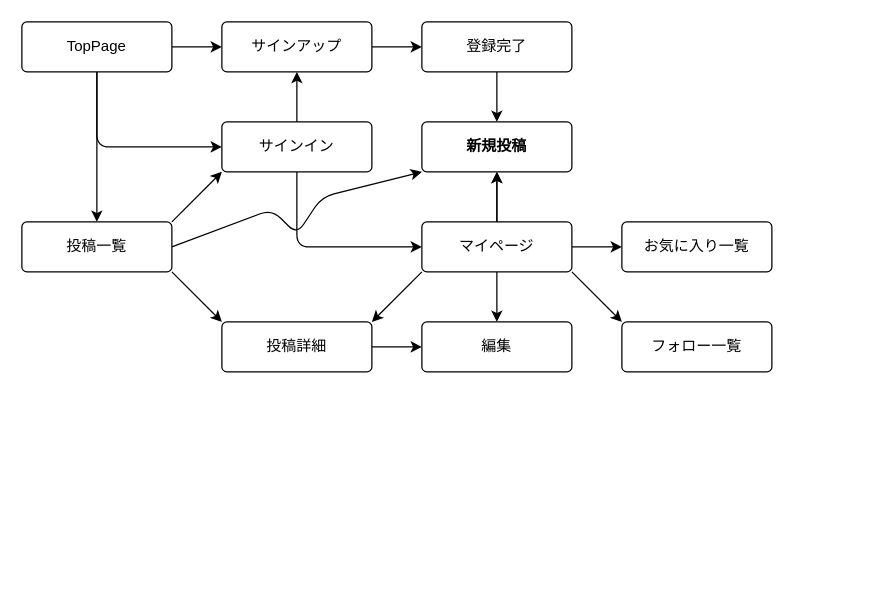
Above: screen_transition.dio in naoki0803/anniversary (draw.io), before the change. Source tidied: cells renumbered, new cells numbered last; positions are measured from the earlier drawing's top-left corner, leaving out a move shared by most shapes. Both pictures are drawn from the tidied source at 125%, with x=0, y=0 at pixel (21, 21).
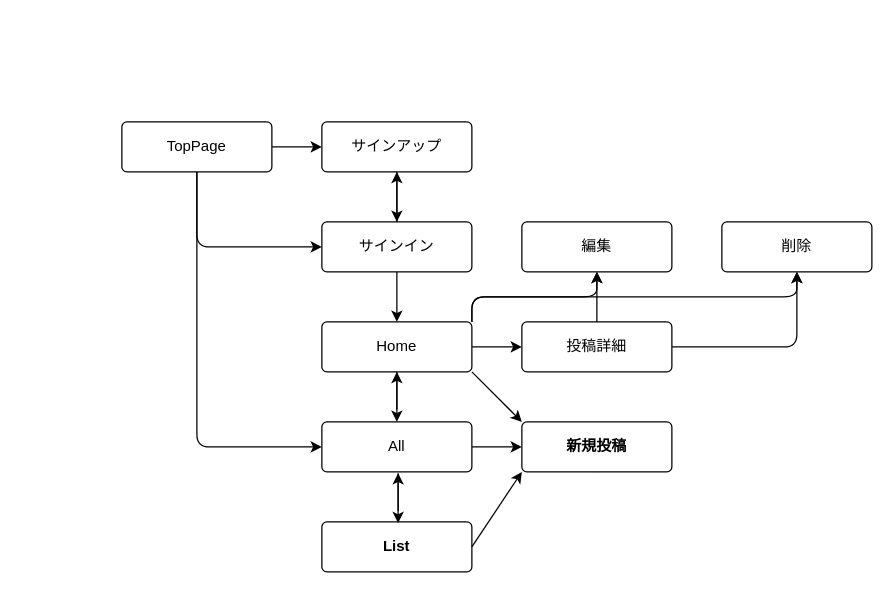
The same page after the edit.

What changed in the source:
```diff
@@
-    <mxCell id="2" style="edgeStyle=none;html=1;exitX=1;exitY=0.5;exitDx=0;exitDy=0;entryX=0;entryY=0.5;entryDx=0;entryDy=0;" parent="1" edge="1" source="3" target="5">
-      <mxGeometry relative="1" as="geometry" />
-    </mxCell>
     <mxCell id="3" value="サインアップ" style="rounded=1;arcSize=10;whiteSpace=wrap;html=1;align=center;" parent="1" vertex="1">
-      <mxGeometry x="160" width="120" height="40" as="geometry" />
+      <mxGeometry x="240" y="80" width="120" height="40" as="geometry" />
     </mxCell>
-    <mxCell id="4" style="edgeStyle=none;html=1;exitX=0.5;exitY=1;exitDx=0;exitDy=0;" parent="1" edge="1" source="5" target="18">
-      <mxGeometry relative="1" as="geometry" />
-    </mxCell>
-    <mxCell id="5" value="登録完了" style="rounded=1;arcSize=10;whiteSpace=wrap;html=1;align=center;" parent="1" vertex="1">
-      <mxGeometry x="320" width="120" height="40" as="geometry" />
-    </mxCell>
-    <mxCell id="6" style="edgeStyle=none;html=1;exitX=0.5;exitY=1;exitDx=0;exitDy=0;entryX=0;entryY=0.5;entryDx=0;entryDy=0;" parent="1" edge="1" source="8" target="17">
-      <mxGeometry relative="1" as="geometry">
-        <Array as="points">
-          <mxPoint x="220" y="180" />
-        </Array>
-      </mxGeometry>
-    </mxCell>
@@
     <mxCell id="8" value="サインイン" style="rounded=1;arcSize=10;whiteSpace=wrap;html=1;align=center;" parent="1" vertex="1">
-      <mxGeometry x="160" y="80" width="120" height="40" as="geometry" />
+      <mxGeometry x="240" y="160" width="120" height="40" as="geometry" />
     </mxCell>
-    <mxCell id="9" style="edgeStyle=none;html=1;exitX=1;exitY=0.5;exitDx=0;exitDy=0;" parent="1" edge="1" source="10" target="19">
+    <mxCell id="9" style="edgeStyle=none;html=1;exitX=0.5;exitY=0;exitDx=0;exitDy=0;entryX=0.5;entryY=1;entryDx=0;entryDy=0;" parent="1" edge="1" source="10" target="19">
       <mxGeometry relative="1" as="geometry" />
     </mxCell>
+    <mxCell id="30" style="edgeStyle=none;html=1;exitX=1;exitY=0.5;exitDx=0;exitDy=0;entryX=0.5;entryY=1;entryDx=0;entryDy=0;" parent="1" edge="1" source="10" target="35">
+      <mxGeometry relative="1" as="geometry">
+        <Array as="points">
+          <mxPoint x="620" y="260" />
+        </Array>
+      </mxGeometry>
+    </mxCell>
     <mxCell id="10" value="投稿詳細" style="rounded=1;arcSize=10;whiteSpace=wrap;html=1;align=center;" parent="1" vertex="1">
-      <mxGeometry x="160" y="240" width="120" height="40" as="geometry" />
+      <mxGeometry x="400" y="240" width="120" height="40" as="geometry" />
     </mxCell>
-    <mxCell id="11" style="edgeStyle=none;html=1;exitX=0.5;exitY=0;exitDx=0;exitDy=0;entryX=0.5;entryY=1;entryDx=0;entryDy=0;" parent="1" edge="1" source="17" target="18">
-      <mxGeometry relative="1" as="geometry" />
+    <mxCell id="11" style="edgeStyle=none;html=1;" parent="1" edge="1">
+      <mxGeometry relative="1" as="geometry">
+        <mxPoint x="300" y="310" as="sourcePoint" />
+        <mxPoint x="300" y="280" as="targetPoint" />
+      </mxGeometry>
     </mxCell>
-    <mxCell id="12" style="edgeStyle=none;html=1;exitX=0;exitY=1;exitDx=0;exitDy=0;entryX=1;entryY=0;entryDx=0;entryDy=0;" parent="1" edge="1" source="17" target="10">
-      <mxGeometry relative="1" as="geometry" />
-    </mxCell>
-    <mxCell id="13" style="edgeStyle=none;html=1;" parent="1" edge="1" source="17" target="18">
+    <mxCell id="13" style="edgeStyle=none;html=1;exitX=0.5;exitY=1;exitDx=0;exitDy=0;entryX=0.5;entryY=0;entryDx=0;entryDy=0;" parent="1" edge="1" source="8" target="39">
       <mxGeometry relative="1" as="geometry" />
     </mxCell>
-    <mxCell id="14" style="edgeStyle=none;html=1;exitX=0.5;exitY=1;exitDx=0;exitDy=0;entryX=0.5;entryY=0;entryDx=0;entryDy=0;" parent="1" edge="1" source="17" target="19">
-      <mxGeometry relative="1" as="geometry" />
-    </mxCell>
-    <mxCell id="15" style="edgeStyle=none;html=1;exitX=1;exitY=0.5;exitDx=0;exitDy=0;" parent="1" edge="1" source="17" target="20">
-      <mxGeometry relative="1" as="geometry" />
-    </mxCell>
-    <mxCell id="16" style="edgeStyle=none;html=1;exitX=1;exitY=1;exitDx=0;exitDy=0;entryX=0;entryY=0;entryDx=0;entryDy=0;" parent="1" edge="1" source="17" target="21">
-      <mxGeometry relative="1" as="geometry" />
-    </mxCell>
-    <mxCell id="17" value="マイページ" style="rounded=1;arcSize=10;whiteSpace=wrap;html=1;align=center;" parent="1" vertex="1">
-      <mxGeometry x="320" y="160" width="120" height="40" as="geometry" />
-    </mxCell>
+    <mxCell id="31" style="edgeStyle=none;html=1;exitX=0.5;exitY=1;exitDx=0;exitDy=0;" parent="1" edge="1" source="18">
+      <mxGeometry relative="1" as="geometry">
+        <mxPoint x="450" y="350" as="targetPoint" />
+      </mxGeometry>
+    </mxCell>
+    <mxCell id="32" style="edgeStyle=none;html=1;exitX=1;exitY=1;exitDx=0;exitDy=0;entryX=0;entryY=0;entryDx=0;entryDy=0;" parent="1" edge="1" source="39" target="18">
+      <mxGeometry relative="1" as="geometry" />
+    </mxCell>
+    <mxCell id="28" style="edgeStyle=none;html=1;exitX=1;exitY=0.5;exitDx=0;exitDy=0;entryX=0;entryY=0.5;entryDx=0;entryDy=0;" parent="1" edge="1" source="29" target="18">
+      <mxGeometry relative="1" as="geometry" />
+    </mxCell>
+    <mxCell id="33" style="edgeStyle=none;html=1;exitX=0;exitY=1;exitDx=0;exitDy=0;entryX=0;entryY=1;entryDx=0;entryDy=0;" parent="1" edge="1" source="18" target="18">
+      <mxGeometry relative="1" as="geometry" />
+    </mxCell>
     <mxCell id="18" value="新規投稿" style="rounded=1;arcSize=10;whiteSpace=wrap;html=1;align=center;fontStyle=1;" parent="1" vertex="1">
-      <mxGeometry x="320" y="80" width="120" height="40" as="geometry" />
+      <mxGeometry x="400" y="320" width="120" height="40" as="geometry" />
     </mxCell>
     <mxCell id="19" value="編集" style="rounded=1;arcSize=10;whiteSpace=wrap;html=1;align=center;" parent="1" vertex="1">
-      <mxGeometry x="320" y="240" width="120" height="40" as="geometry" />
+      <mxGeometry x="400" y="160" width="120" height="40" as="geometry" />
     </mxCell>
-    <mxCell id="20" value="お気に入り一覧" style="rounded=1;arcSize=10;whiteSpace=wrap;html=1;align=center;" parent="1" vertex="1">
-      <mxGeometry x="480" y="160" width="120" height="40" as="geometry" />
-    </mxCell>
-    <mxCell id="21" value="フォロー一覧" style="rounded=1;arcSize=10;whiteSpace=wrap;html=1;align=center;" parent="1" vertex="1">
-      <mxGeometry x="480" y="240" width="120" height="40" as="geometry" />
-    </mxCell>
@@
     <mxCell id="23" style="edgeStyle=none;html=1;exitX=0.5;exitY=1;exitDx=0;exitDy=0;entryX=0;entryY=0.5;entryDx=0;entryDy=0;" parent="1" edge="1" source="25" target="8">
       <mxGeometry relative="1" as="geometry">
         <Array as="points">
-          <mxPoint x="60" y="100" />
+          <mxPoint x="140" y="180" />
         </Array>
       </mxGeometry>
     </mxCell>
-    <mxCell id="24" style="edgeStyle=none;html=1;exitX=0.5;exitY=1;exitDx=0;exitDy=0;entryX=0.5;entryY=0;entryDx=0;entryDy=0;" parent="1" edge="1" source="25" target="29">
-      <mxGeometry relative="1" as="geometry" />
+    <mxCell id="24" style="edgeStyle=none;html=1;exitX=0.5;exitY=1;exitDx=0;exitDy=0;entryX=0;entryY=0.5;entryDx=0;entryDy=0;" parent="1" edge="1" source="25" target="29">
+      <mxGeometry relative="1" as="geometry">
+        <Array as="points">
+          <mxPoint x="140" y="340" />
+        </Array>
+      </mxGeometry>
     </mxCell>
     <mxCell id="25" value="TopPage" style="rounded=1;arcSize=10;whiteSpace=wrap;html=1;align=center;" parent="1" vertex="1">
-      <mxGeometry width="120" height="40" as="geometry" />
+      <mxGeometry x="80" y="80" width="120" height="40" as="geometry" />
     </mxCell>
-    <mxCell id="26" style="edgeStyle=none;html=1;exitX=1;exitY=1;exitDx=0;exitDy=0;entryX=0;entryY=0;entryDx=0;entryDy=0;" parent="1" edge="1" source="29" target="10">
-      <mxGeometry relative="1" as="geometry" />
-    </mxCell>
-    <mxCell id="27" style="edgeStyle=none;html=1;exitX=1;exitY=0;exitDx=0;exitDy=0;entryX=0;entryY=1;entryDx=0;entryDy=0;" parent="1" edge="1" source="29" target="8">
-      <mxGeometry relative="1" as="geometry" />
-    </mxCell>
-    <mxCell id="28" style="edgeStyle=none;html=1;exitX=1;exitY=0.5;exitDx=0;exitDy=0;entryX=0;entryY=1;entryDx=0;entryDy=0;" parent="1" edge="1" source="29" target="18">
-      <mxGeometry relative="1" as="geometry">
-        <Array as="points">
-          <mxPoint x="200" y="150" />
-          <mxPoint x="220" y="170" />
-          <mxPoint x="240" y="140" />
-        </Array>
-      </mxGeometry>
-    </mxCell>
-    <mxCell id="29" value="投稿一覧" style="rounded=1;arcSize=10;whiteSpace=wrap;html=1;align=center;" parent="1" vertex="1">
-      <mxGeometry y="160" width="120" height="40" as="geometry" />
+    <mxCell id="29" value="All" style="rounded=1;arcSize=10;whiteSpace=wrap;html=1;align=center;" parent="1" vertex="1">
+      <mxGeometry x="240" y="320" width="120" height="40" as="geometry" />
     </mxCell>
+    <mxCell id="34" value="List" style="rounded=1;arcSize=10;whiteSpace=wrap;html=1;align=center;fontStyle=1;" parent="1" vertex="1">
+      <mxGeometry x="240" y="400" width="120" height="40" as="geometry" />
+    </mxCell>
+    <mxCell id="35" value="削除" style="rounded=1;arcSize=10;whiteSpace=wrap;html=1;align=center;" parent="1" vertex="1">
+      <mxGeometry x="560" y="160" width="120" height="40" as="geometry" />
+    </mxCell>
+    <mxCell id="36" style="edgeStyle=none;html=1;exitX=1;exitY=0.5;exitDx=0;exitDy=0;" parent="1" edge="1" source="39" target="10">
+      <mxGeometry relative="1" as="geometry" />
+    </mxCell>
+    <mxCell id="37" style="edgeStyle=none;html=1;exitX=1;exitY=0;exitDx=0;exitDy=0;entryX=0.5;entryY=1;entryDx=0;entryDy=0;" parent="1" edge="1" source="39" target="19">
+      <mxGeometry relative="1" as="geometry">
+        <Array as="points">
+          <mxPoint x="360" y="220" />
+          <mxPoint x="460" y="220" />
+        </Array>
+      </mxGeometry>
+    </mxCell>
+    <mxCell id="38" style="edgeStyle=none;html=1;exitX=1;exitY=0;exitDx=0;exitDy=0;entryX=0.5;entryY=1;entryDx=0;entryDy=0;" parent="1" edge="1" source="39" target="35">
+      <mxGeometry relative="1" as="geometry">
+        <Array as="points">
+          <mxPoint x="360" y="220" />
+          <mxPoint x="620" y="220" />
+        </Array>
+      </mxGeometry>
+    </mxCell>
+    <mxCell id="39" value="Home" style="rounded=1;arcSize=10;whiteSpace=wrap;html=1;align=center;" parent="1" vertex="1">
+      <mxGeometry x="240" y="240" width="120" height="40" as="geometry" />
+    </mxCell>
+    <mxCell id="40" style="edgeStyle=none;html=1;exitX=0.5;exitY=1;exitDx=0;exitDy=0;entryX=0.5;entryY=0;entryDx=0;entryDy=0;" parent="1" edge="1" source="39" target="29">
+      <mxGeometry relative="1" as="geometry" />
+    </mxCell>
+    <mxCell id="41" style="edgeStyle=none;html=1;" parent="1" edge="1">
+      <mxGeometry relative="1" as="geometry">
+        <mxPoint x="301" y="391" as="sourcePoint" />
+        <mxPoint x="301" y="361" as="targetPoint" />
+      </mxGeometry>
+    </mxCell>
+    <mxCell id="42" style="edgeStyle=none;html=1;exitX=0.5;exitY=1;exitDx=0;exitDy=0;entryX=0.5;entryY=0;entryDx=0;entryDy=0;" parent="1" edge="1">
+      <mxGeometry relative="1" as="geometry">
+        <mxPoint x="301" y="361" as="sourcePoint" />
+        <mxPoint x="301" y="401" as="targetPoint" />
+      </mxGeometry>
+    </mxCell>
+    <mxCell id="43" style="edgeStyle=none;html=1;exitX=1;exitY=0.5;exitDx=0;exitDy=0;entryX=0;entryY=1;entryDx=0;entryDy=0;" parent="1" edge="1" source="34" target="18">
+      <mxGeometry relative="1" as="geometry" />
+    </mxCell>
+    <mxCell id="44" style="edgeStyle=none;html=1;exitX=0.5;exitY=1;exitDx=0;exitDy=0;entryX=0.5;entryY=0;entryDx=0;entryDy=0;" parent="1" edge="1" source="3" target="8">
+      <mxGeometry relative="1" as="geometry" />
+    </mxCell>
```
